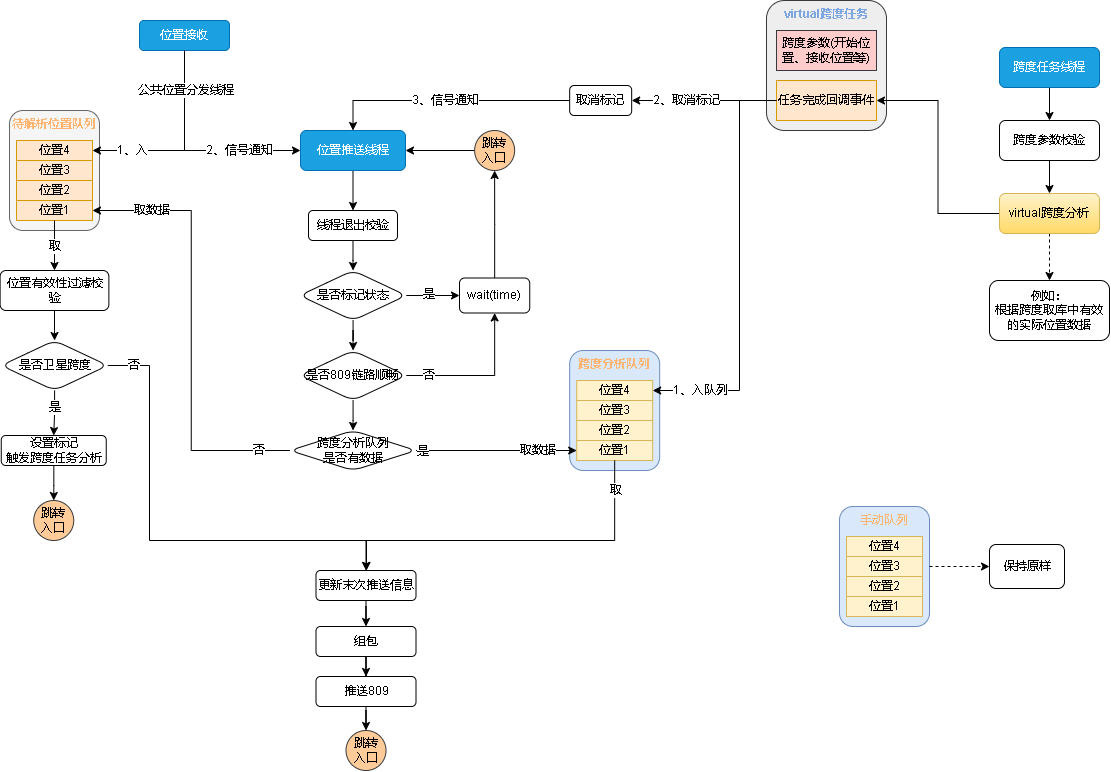
xktder/draw keeps this draw.io diagram as 809数据跨度.drawio.png. Above is the earlier version. Source tidied: cells renumbered, new cells last; positions are measured from the earlier drawing's top-left corner, leaving out a move shared by most shapes.
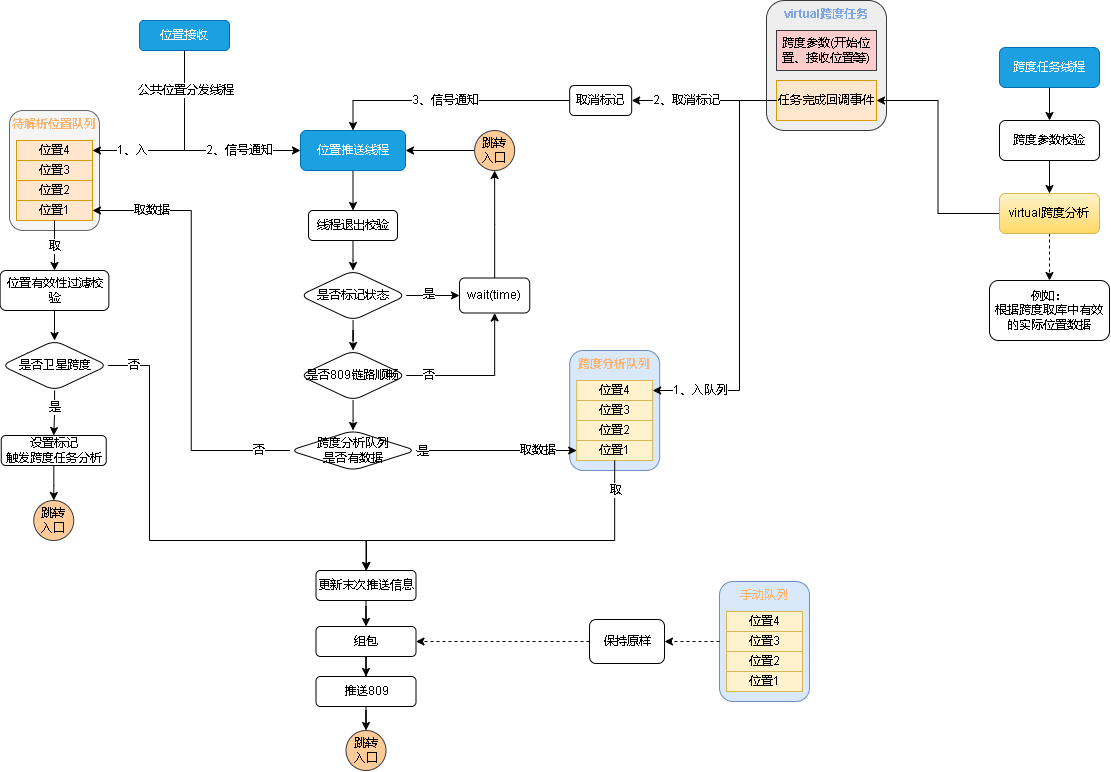
The same diagram one commit later.

Commit message:
更新809数据跨度.drawio.png

The edit, as a diff of the source:
```diff
@@ -227,7 +227,7 @@
       <mxGeometry x="345.5" y="730" width="40" height="40" as="geometry" />
     </mxCell>
     <mxCell id="64" style="group;" parent="1" vertex="1">
-      <mxGeometry x="839" y="506" width="90" height="120" as="geometry" />
+      <mxGeometry x="719" y="581" width="90" height="120" as="geometry" />
     </mxCell>
     <mxCell id="65" value="&lt;font color=&quot;#ffb570&quot;&gt;手动队列&lt;/font&gt;" style="rounded=1;whiteSpace=wrap;html=1;verticalAlign=top;fillColor=#dae8fc;strokeColor=#6c8ebf;" parent="64" vertex="1">
       <mxGeometry width="90" height="120" as="geometry" />
@@ -312,8 +312,11 @@
     <mxCell id="88" value="例如：&lt;br&gt;根据跨度取库中有效的实际位置数据" style="rounded=1;whiteSpace=wrap;html=1;fontColor=#000000;" parent="1" vertex="1">
       <mxGeometry x="989" y="280" width="120" height="60" as="geometry" />
     </mxCell>
+    <mxCell id="91" style="edgeStyle=orthogonalEdgeStyle;rounded=0;jettySize=auto;html=1;entryX=1;entryY=0.5;entryDx=0;entryDy=0;dashed=1;fontColor=#7EA6E0;" parent="1" edge="1" source="89" target="57">
+      <mxGeometry relative="1" as="geometry" />
+    </mxCell>
     <mxCell id="89" value="保持原样" style="whiteSpace=wrap;html=1;verticalAlign=middle;rounded=1;align=center;" parent="1" vertex="1">
-      <mxGeometry x="989" y="544" width="75" height="44" as="geometry" />
+      <mxGeometry x="589" y="619" width="75" height="44" as="geometry" />
     </mxCell>
     <mxCell id="90" style="edgeStyle=orthogonalEdgeStyle;rounded=0;jettySize=auto;html=1;dashed=1;fontColor=#7EA6E0;" parent="1" edge="1" source="65" target="89">
       <mxGeometry relative="1" as="geometry" />
```
